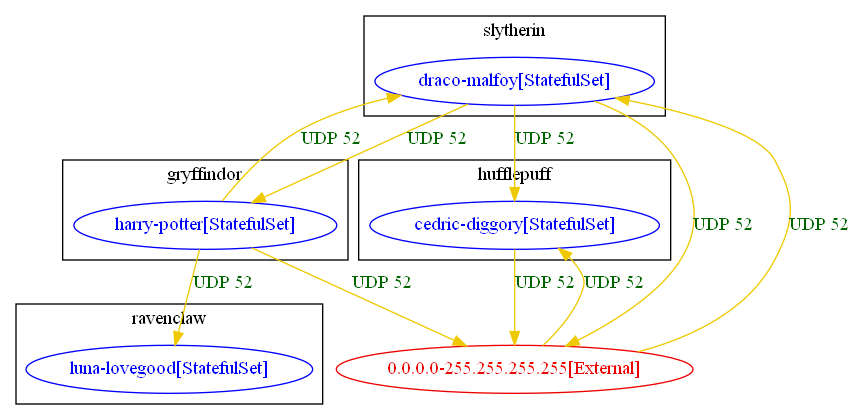
Earlier version of the Graphviz export test_outputs/connlist/anp_demo_udp-52_connlist_output.dot.png (np-guard/netpol-analyzer). Its source is kept beside it as test_outputs/connlist/anp_demo_udp-52_connlist_output.dot.
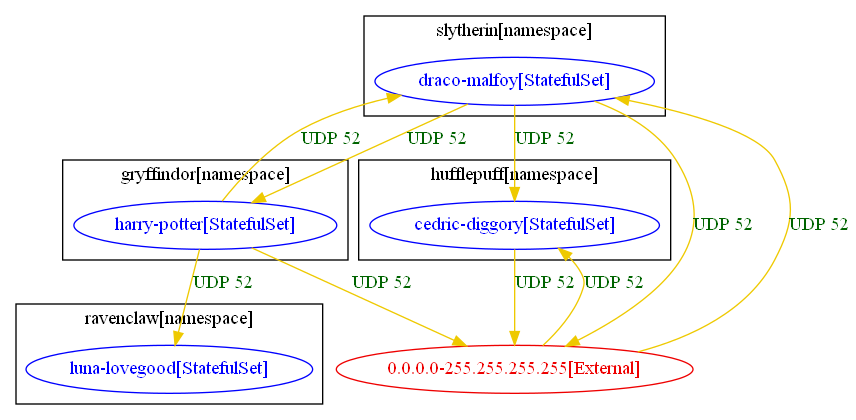
After the commit.

Change to the diagram source:
```diff
@@ -1,27 +1,27 @@
 digraph {
-	subgraph "cluster_gryffindor" {
+	subgraph "cluster_gryffindor[namespace]" {
 		color="black"
 		fontcolor="black"
 		"gryffindor/harry-potter[StatefulSet]" [label="harry-potter[StatefulSet]" color="blue" fontcolor="blue"]
-		label="gryffindor"
+		label="gryffindor[namespace]"
 	}
-	subgraph "cluster_hufflepuff" {
+	subgraph "cluster_hufflepuff[namespace]" {
 		color="black"
 		fontcolor="black"
 		"hufflepuff/cedric-diggory[StatefulSet]" [label="cedric-diggory[StatefulSet]" color="blue" fontcolor="blue"]
-		label="hufflepuff"
+		label="hufflepuff[namespace]"
 	}
-	subgraph "cluster_ravenclaw" {
+	subgraph "cluster_ravenclaw[namespace]" {
 		color="black"
 		fontcolor="black"
 		"ravenclaw/luna-lovegood[StatefulSet]" [label="luna-lovegood[StatefulSet]" color="blue" fontcolor="blue"]
-		label="ravenclaw"
+		label="ravenclaw[namespace]"
 	}
-	subgraph "cluster_slytherin" {
+	subgraph "cluster_slytherin[namespace]" {
 		color="black"
 		fontcolor="black"
 		"slytherin/draco-malfoy[StatefulSet]" [label="draco-malfoy[StatefulSet]" color="blue" fontcolor="blue"]
-		label="slytherin"
+		label="slytherin[namespace]"
 	}
 	"0.0.0.0-255.255.255.255[External]" [label="0.0.0.0-255.255.255.255[External]" color="red2" fontcolor="red2"]
 	"0.0.0.0-255.255.255.255[External]" -> "hufflepuff/cedric-diggory[StatefulSet]" [label="UDP 52" color="gold2" fontcolor="darkgreen" weight=0.5]
```
